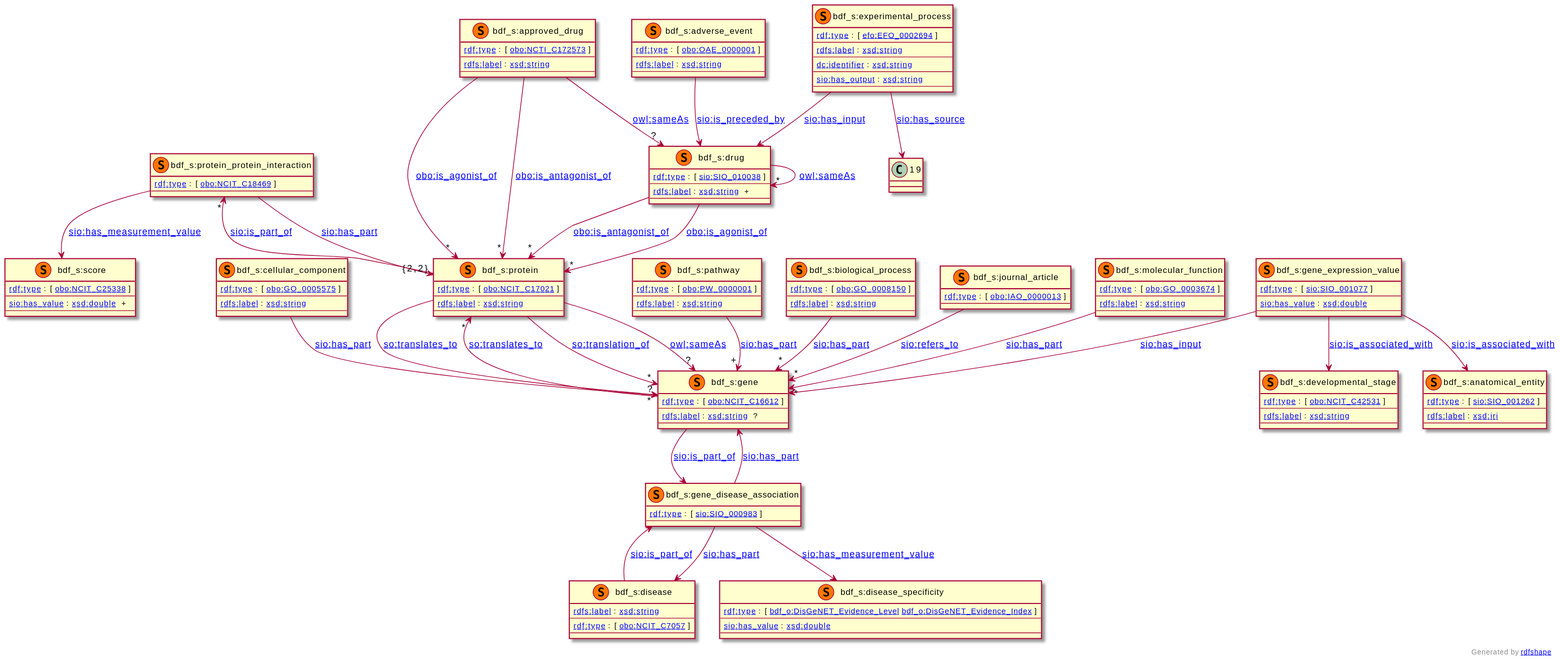
BioDataFuse/pyBiodatafuse keeps this PlantUML diagram as examples/shex_visualization.svg. Above is the earlier version.
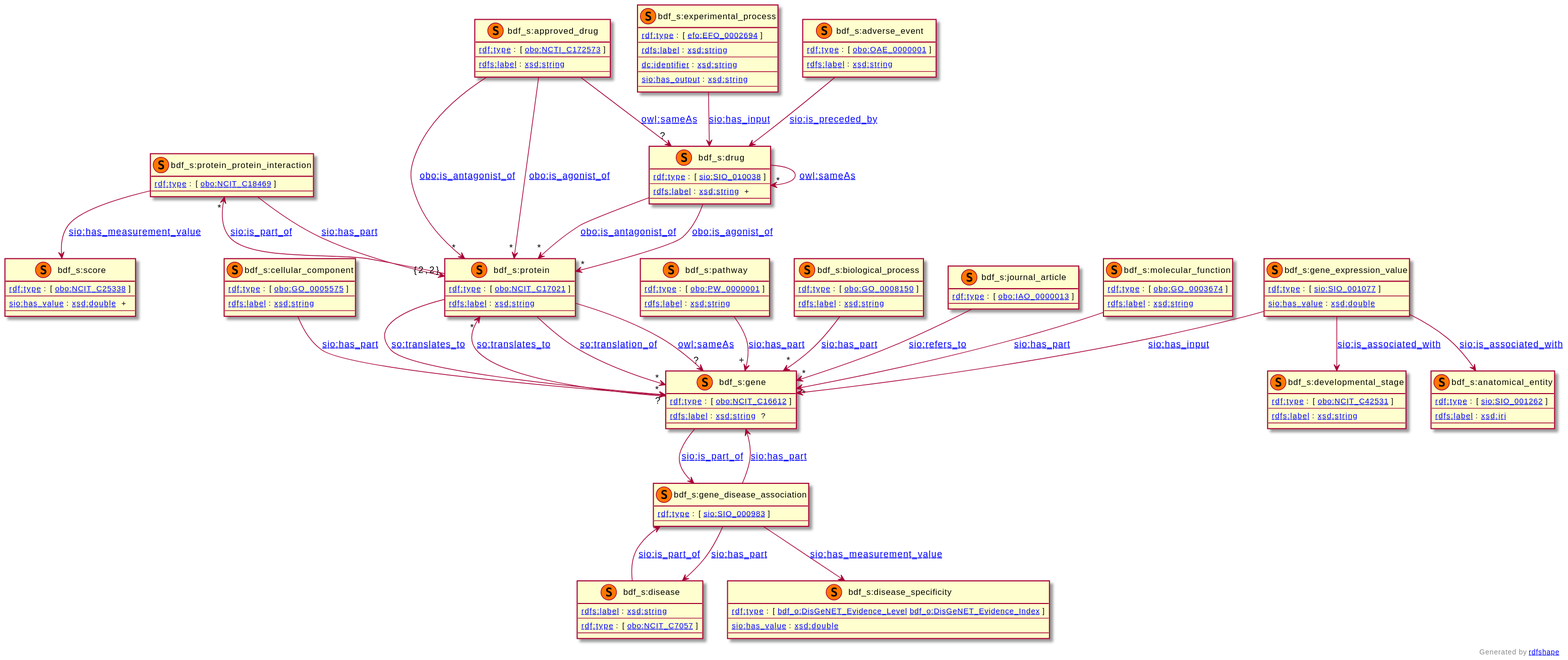
The same diagram one commit later.

Commit message:
Deleted database node

Not including annotations

Diff of the diagram source:
```diff
@@ -112,7 +112,6 @@
 --
 }
 18 --> " " 6 : [[http://semanticscience.org/resource/has_input sio:has_input]]
-18 --> " " 19 : [[http://semanticscience.org/resource/has_source sio:has_source]]
 17 --> " " 6 : [[http://semanticscience.org/resource/is_preceded_by sio:is_preceded_by]]
 16 --> "*" 3 : [[http://semanticscience.org/resource/has_part sio:has_part]]
 15 --> "*" 3 : [[http://semanticscience.org/resource/has_part sio:has_part]]
```
